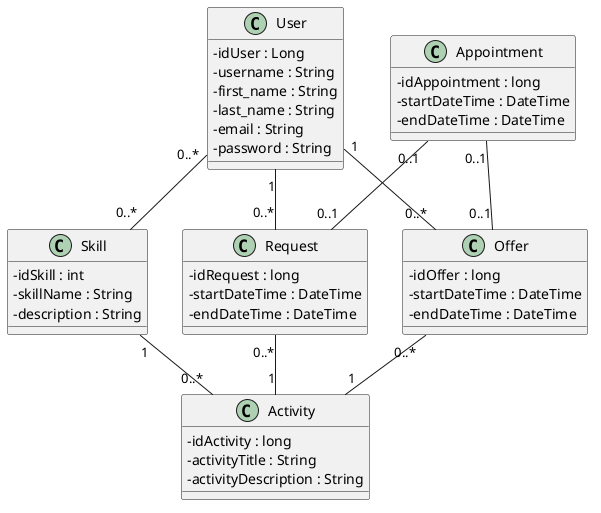
The PlantUML diagram Modelisation/02_CLASS_DIAGRAM/02_Class_Digram.png in albanmartel/SkillsExchange, before a commit.
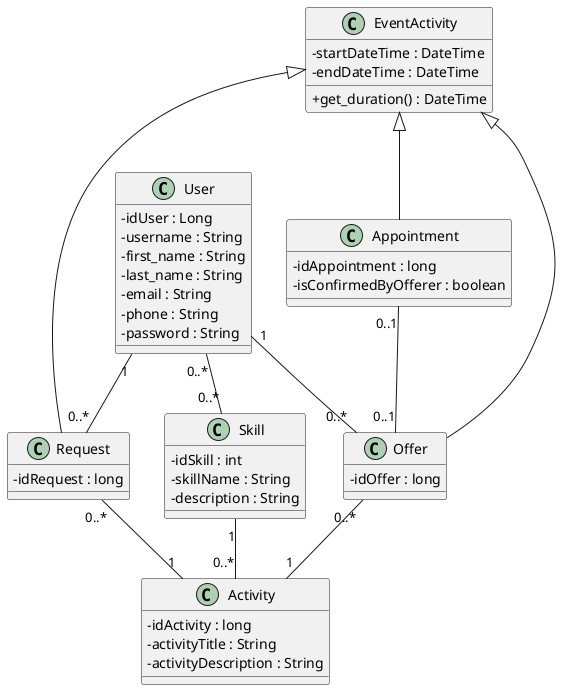
After the change.

Commit message:
UPDATE '02_Class_Digram' mise à jour des formats alternatifs du modèle '02_Class_Digram'.

Change to the diagram source:
```diff
@@ -7,6 +7,7 @@
   - first_name : String
   - last_name : String
   - email : String
+  - phone : String
   - password : String
 }
 
@@ -22,30 +23,35 @@
   - activityDescription : String
 }
 
+class EventActivity {
+  - startDateTime : DateTime
+  - endDateTime : DateTime
+  + get_duration() : DateTime
+}
+
 class Offer {
   - idOffer : long
-  - startDateTime : DateTime
-  - endDateTime : DateTime
 }
 
 class Appointment{
   - idAppointment : long
-  - startDateTime : DateTime
-  - endDateTime : DateTime
+  - isConfirmedByOfferer : boolean
 }
 
 class Request {
   - idRequest : long
-  - startDateTime : DateTime
-  - endDateTime : DateTime
 }
 
+EventActivity <|-- Offer
+EventActivity <|-- Appointment
+EventActivity <|-- Request
+
 User "0..*" -- "0..*" Skill
+Skill "1" -- "0..*" Activity
 User "1" -- "0..*" Offer
 User "1" -- "0..*" Request
-Skill "1" -- "0..*" Activity
-Appointment "0..1" -- "0..1" Offer
-Appointment "0..1" -- "0..1" Request
 Offer "0..*" -- "1" Activity
 Request "0..*" -- "1" Activity
+Appointment "0..1" -- "0..1" Offer
+
 @enduml
```
